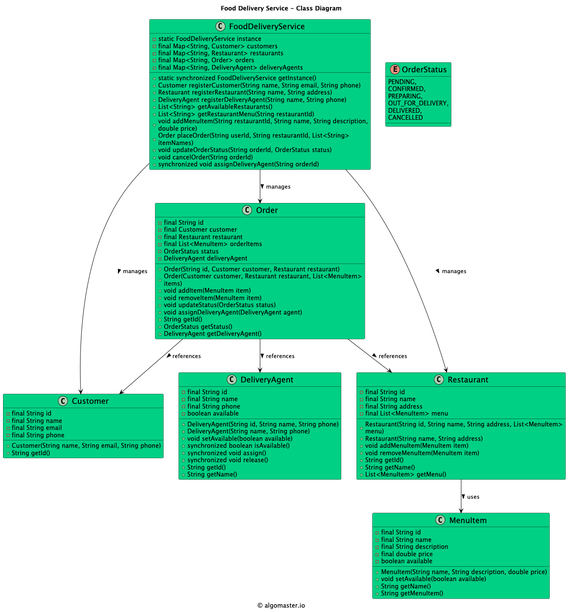
This is uml-diagrams/class-diagrams/fooddeliveryservice-class-diagram.png from K-1303/low-level-design, a PlantUML export, as it was before one commit.
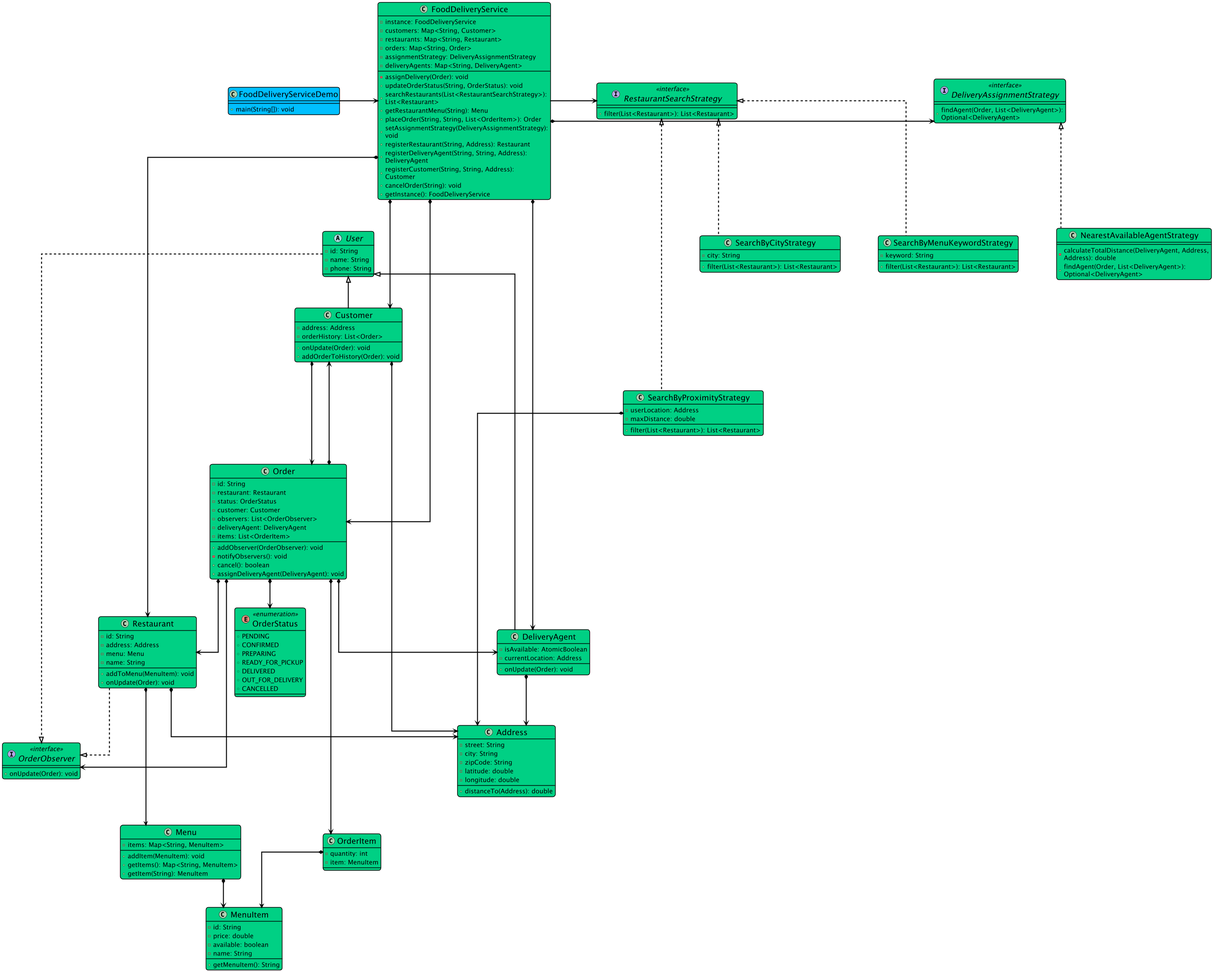
The same file after the commit.

Diff of the diagram source:
```diff
@@ -1,121 +1,175 @@
 @startuml
 
-title Food Delivery Service - Class Diagram
-
-caption © algomaster.io
+top to bottom direction
+skinparam linetype ortho
 
 skinparam backgroundColor white
 skinparam wrapWidth 500
+skinparam roundCorner 15
+skinparam defaultFontSize 20
+skinparam defaultFontColor black
+skinparam ArrowColor black
+skinparam Padding 2
+skinparam dpi 70
+skinparam nodesep 120
+skinparam ranksep 90
 
 skinparam class {
-  BackgroundColor #00D084
+  BackgroundColor #00d084
   BorderColor black
   ArrowColor black
-  FontSize 18
+  FontSize 25
+  BorderThickness 2
+  ArrowThickness 3
 }
 
+class Address {
+  - street: String
+  - city: String
+  - zipCode: String
+  - latitude: double
+  - longitude: double
+  + distanceTo(Address): double
+}
+class Customer {
+  - address: Address
+  - orderHistory: List<Order>
+  + onUpdate(Order): void
+  + addOrderToHistory(Order): void
+}
+class DeliveryAgent {
+  - isAvailable: AtomicBoolean
+  - currentLocation: Address
+  + onUpdate(Order): void
+}
+interface DeliveryAssignmentStrategy << interface >> {
+  + findAgent(Order, List<DeliveryAgent>): Optional<DeliveryAgent>
+}
 class FoodDeliveryService {
-    - static FoodDeliveryService instance
-    - final Map<String, Customer> customers
-    - final Map<String, Restaurant> restaurants
-    - final Map<String, Order> orders
-    - final Map<String, DeliveryAgent> deliveryAgents
-    + static synchronized FoodDeliveryService getInstance()
-    + Customer registerCustomer(String name, String email, String phone)
-    + Restaurant registerRestaurant(String name, String address)
-    + DeliveryAgent registerDeliveryAgent(String name, String phone)
-    + List<String> getAvailableRestaurants()
-    + List<String> getRestaurantMenu(String restaurantId)
-    + void addMenuItem(String restaurantId, String name, String description, double price)
-    + Order placeOrder(String userId, String restaurantId, List<String> itemNames)
-    + void updateOrderStatus(String orderId, OrderStatus status)
-    + void cancelOrder(String orderId)
-    + synchronized void assignDeliveryAgent(String orderId)
+  - instance: FoodDeliveryService
+  - customers: Map<String, Customer>
+  - restaurants: Map<String, Restaurant>
+  - orders: Map<String, Order>
+  - assignmentStrategy: DeliveryAssignmentStrategy
+  - deliveryAgents: Map<String, DeliveryAgent>
+  - assignDelivery(Order): void
+  + updateOrderStatus(String, OrderStatus): void
+  + searchRestaurants(List<RestaurantSearchStrategy>): List<Restaurant>
+  + getRestaurantMenu(String): Menu
+  + placeOrder(String, String, List<OrderItem>): Order
+  + setAssignmentStrategy(DeliveryAssignmentStrategy): void
+  + registerRestaurant(String, Address): Restaurant
+  + registerDeliveryAgent(String, String, Address): DeliveryAgent
+  + registerCustomer(String, String, Address): Customer
+  + cancelOrder(String): void
+  + getInstance(): FoodDeliveryService
+}
+class FoodDeliveryServiceDemo #00bfff {
+  + main(String[]): void
+}
+class Menu {
+  - items: Map<String, MenuItem>
+  + addItem(MenuItem): void
+  + getItems(): Map<String, MenuItem>
+  + getItem(String): MenuItem
+}
+class MenuItem {
+  - id: String
+  - price: double
+  - available: boolean
+  - name: String
+  + getMenuItem(): String
+}
+class NearestAvailableAgentStrategy {
+  - calculateTotalDistance(DeliveryAgent, Address, Address): double
+  + findAgent(Order, List<DeliveryAgent>): Optional<DeliveryAgent>
+}
+class Order {
+  - id: String
+  - restaurant: Restaurant
+  - status: OrderStatus
+  - customer: Customer
+  - observers: List<OrderObserver>
+  - deliveryAgent: DeliveryAgent
+  - items: List<OrderItem>
+  + addObserver(OrderObserver): void
+  - notifyObservers(): void
+  + cancel(): boolean
+  + assignDeliveryAgent(DeliveryAgent): void
+}
+class OrderItem {
+  - quantity: int
+  - item: MenuItem
+}
+interface OrderObserver << interface >> {
+  + onUpdate(Order): void
+}
+enum OrderStatus << enumeration >> {
+  + PENDING
+  + CONFIRMED
+  + PREPARING
+  + READY_FOR_PICKUP
+  + DELIVERED
+  + OUT_FOR_DELIVERY
+  + CANCELLED
+}
+class Restaurant {
+  - id: String
+  - address: Address
+  - menu: Menu
+  - name: String
+  + addToMenu(MenuItem): void
+  + onUpdate(Order): void
+}
+interface RestaurantSearchStrategy << interface >> {
+  + filter(List<Restaurant>): List<Restaurant>
+}
+class SearchByCityStrategy {
+  - city: String
+  + filter(List<Restaurant>): List<Restaurant>
+}
+class SearchByMenuKeywordStrategy {
+  - keyword: String
+  + filter(List<Restaurant>): List<Restaurant>
+}
+class SearchByProximityStrategy {
+  - userLocation: Address
+  - maxDistance: double
+  + filter(List<Restaurant>): List<Restaurant>
+}
+abstract class User {
+  - id: String
+  - name: String
+  - phone: String
 }
 
-class Customer {
-    - final String id
-    - final String name
-    - final String email
-    - final String phone
-    + Customer(String name, String email, String phone)
-    + String getId()
-}
-
-class Restaurant {
-    - final String id
-    - final String name
-    - final String address
-    - final List<MenuItem> menu
-    + Restaurant(String id, String name, String address, List<MenuItem> menu)
-    + Restaurant(String name, String address)
-    + void addMenuItem(MenuItem item)
-    + void removeMenuItem(MenuItem item)
-    + String getId()
-    + String getName()
-    + List<MenuItem> getMenu()
-}
-
-class MenuItem {
-    - final String id
-    - final String name
-    - final String description
-    - final double price
-    - boolean available
-    + MenuItem(String name, String description, double price)
-    + void setAvailable(boolean available)
-    + String getName()
-    + String getMenuItem()
-}
-
-class DeliveryAgent {
-    - final String id
-    - final String name
-    - final String phone
-    - boolean available
-    + DeliveryAgent(String id, String name, String phone)
-    + DeliveryAgent(String name, String phone)
-    + void setAvailable(boolean available)
-    + synchronized boolean isAvailable()
-    + synchronized void assign()
-    + synchronized void release()
-    + String getId()
-    + String getName()
-}
-
-class Order {
-    - final String id
-    - final Customer customer
-    - final Restaurant restaurant
-    - final List<MenuItem> orderItems
-    - OrderStatus status
-    - DeliveryAgent deliveryAgent
-    + Order(String id, Customer customer, Restaurant restaurant)
-    + Order(Customer customer, Restaurant restaurant, List<MenuItem> items)
-    + void addItem(MenuItem item)
-    + void removeItem(MenuItem item)
-    + void updateStatus(OrderStatus status)
-    + void assignDeliveryAgent(DeliveryAgent agent)
-    + String getId()
-    + OrderStatus getStatus()
-    + DeliveryAgent getDeliveryAgent()
-}
-
-enum OrderStatus {
-    PENDING,
-    CONFIRMED,
-    PREPARING,
-    OUT_FOR_DELIVERY,
-    DELIVERED,
-    CANCELLED
-}
-
-FoodDeliveryService --> Customer: manages >
-FoodDeliveryService --> Restaurant: manages >
-FoodDeliveryService --> Order: manages >
-Restaurant --> MenuItem: uses >
-Order --> Customer: references >
-Order --> Restaurant: references >
-Order --> DeliveryAgent: references >
-
+Customer                      *-[plain]-> Address
+Customer                      *-[plain]--> Order
+User                          ^-[plain]- Customer
+DeliveryAgent                 *-[plain]-> Address
+User                          ^-[plain]- DeliveryAgent
+FoodDeliveryService           *-[plain]--> Customer
+FoodDeliveryService           *-[plain]-> DeliveryAgent
+FoodDeliveryService           *-[plain]right-> DeliveryAssignmentStrategy
+FoodDeliveryService           *-[plain]-> Order
+FoodDeliveryService           *-[plain]-> Restaurant
+Menu                          *-[plain]-> MenuItem
+DeliveryAssignmentStrategy    ^-[dashed]- NearestAvailableAgentStrategy
+Order                         *-[plain]-> Customer
+Order                         *-[plain]-> DeliveryAgent
+Order                         *-[plain]-> OrderItem
+Order                         *-[plain]-> OrderObserver
+Order                         *-[plain]-> OrderStatus
+Order                         *-[plain]-> Restaurant
+OrderItem                     *-[plain]-> MenuItem
+Restaurant                    *-[plain]-> Address
+Restaurant                    *-[plain]--> Menu
+Restaurant                     -[dashed]-^  OrderObserver
+RestaurantSearchStrategy       ^-[dashed]- SearchByCityStrategy
+RestaurantSearchStrategy      ^-[dashed]- SearchByMenuKeywordStrategy
+SearchByProximityStrategy     *-[plain]-> Address
+RestaurantSearchStrategy      ^-[dashed]- SearchByProximityStrategy
+User                           -[dashed]-^  OrderObserver
+FoodDeliveryServiceDemo        -[plain]right->  FoodDeliveryService
+FoodDeliveryService           -[plain]right->  RestaurantSearchStrategy
 @enduml
```
